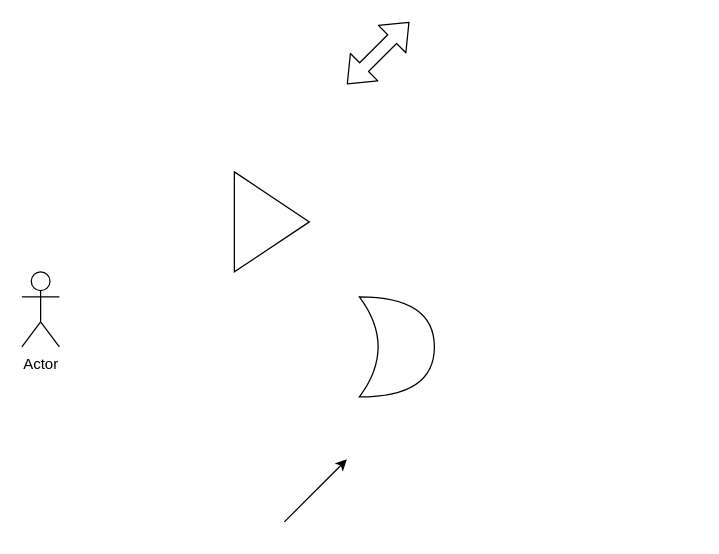
Earlier version of the draw.io diagram 未命名绘图.drawio (yin8133/imageFile). Source tidied: cells renumbered, new cells numbered last; positions are measured from the earlier drawing's top-left corner, leaving out a move shared by most shapes. Both pictures are drawn from the tidied source at 125%, with x=0, y=0 at pixel (21, 21).
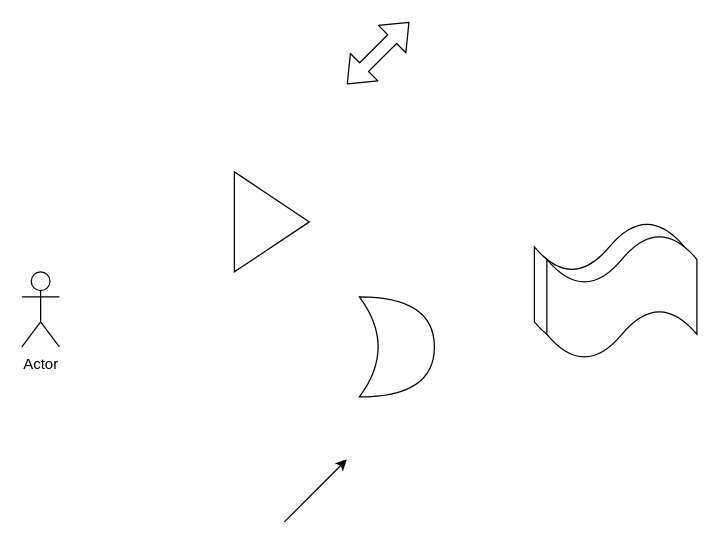
After the change.

Commit message (it also covers changes not shown here):
更新未命名绘图.drawio

The edit, as a diff of the source:
```diff
@@
 <mxGraphModel>
   <root>
     <mxCell id="0" />
     <mxCell id="1" parent="0" />
     <mxCell id="2" value="Actor" style="shape=umlActor;verticalLabelPosition=bottom;labelBackgroundColor=#ffffff;verticalAlign=top;html=1;" parent="1" vertex="1">
       <mxGeometry y="200" width="30" height="60" as="geometry" />
     </mxCell>
     <mxCell id="3" style="triangle;whiteSpace=wrap;html=1;" parent="1" vertex="1">
       <mxGeometry x="170" y="120" width="60" height="80" as="geometry" />
     </mxCell>
     <mxCell id="4" style="shape=xor;whiteSpace=wrap;html=1;" parent="1" vertex="1">
       <mxGeometry x="270" y="220" width="60" height="80" as="geometry" />
     </mxCell>
     <mxCell id="5" style="shape=flexArrow;endArrow=classic;startArrow=classic;html=1;" parent="1" edge="1">
       <mxGeometry relative="1" as="geometry">
         <mxPoint x="260" y="50" as="sourcePoint" />
         <mxPoint x="310" as="targetPoint" />
       </mxGeometry>
     </mxCell>
     <mxCell id="6" style="endArrow=classic;html=1;" parent="1" edge="1">
       <mxGeometry relative="1" as="geometry">
         <mxPoint x="210" y="400" as="sourcePoint" />
         <mxPoint x="260" y="350" as="targetPoint" />
       </mxGeometry>
     </mxCell>
+    <mxCell id="7" style="shape=tape;whiteSpace=wrap;html=1;" parent="1" vertex="1">
+      <mxGeometry x="410" y="160" width="120" height="100" as="geometry" />
+    </mxCell>
+    <mxCell id="8" style="shape=tape;whiteSpace=wrap;html=1;" parent="1" vertex="1">
+      <mxGeometry x="420" y="170" width="120" height="100" as="geometry" />
+    </mxCell>
   </root>
 </mxGraphModel>
```
